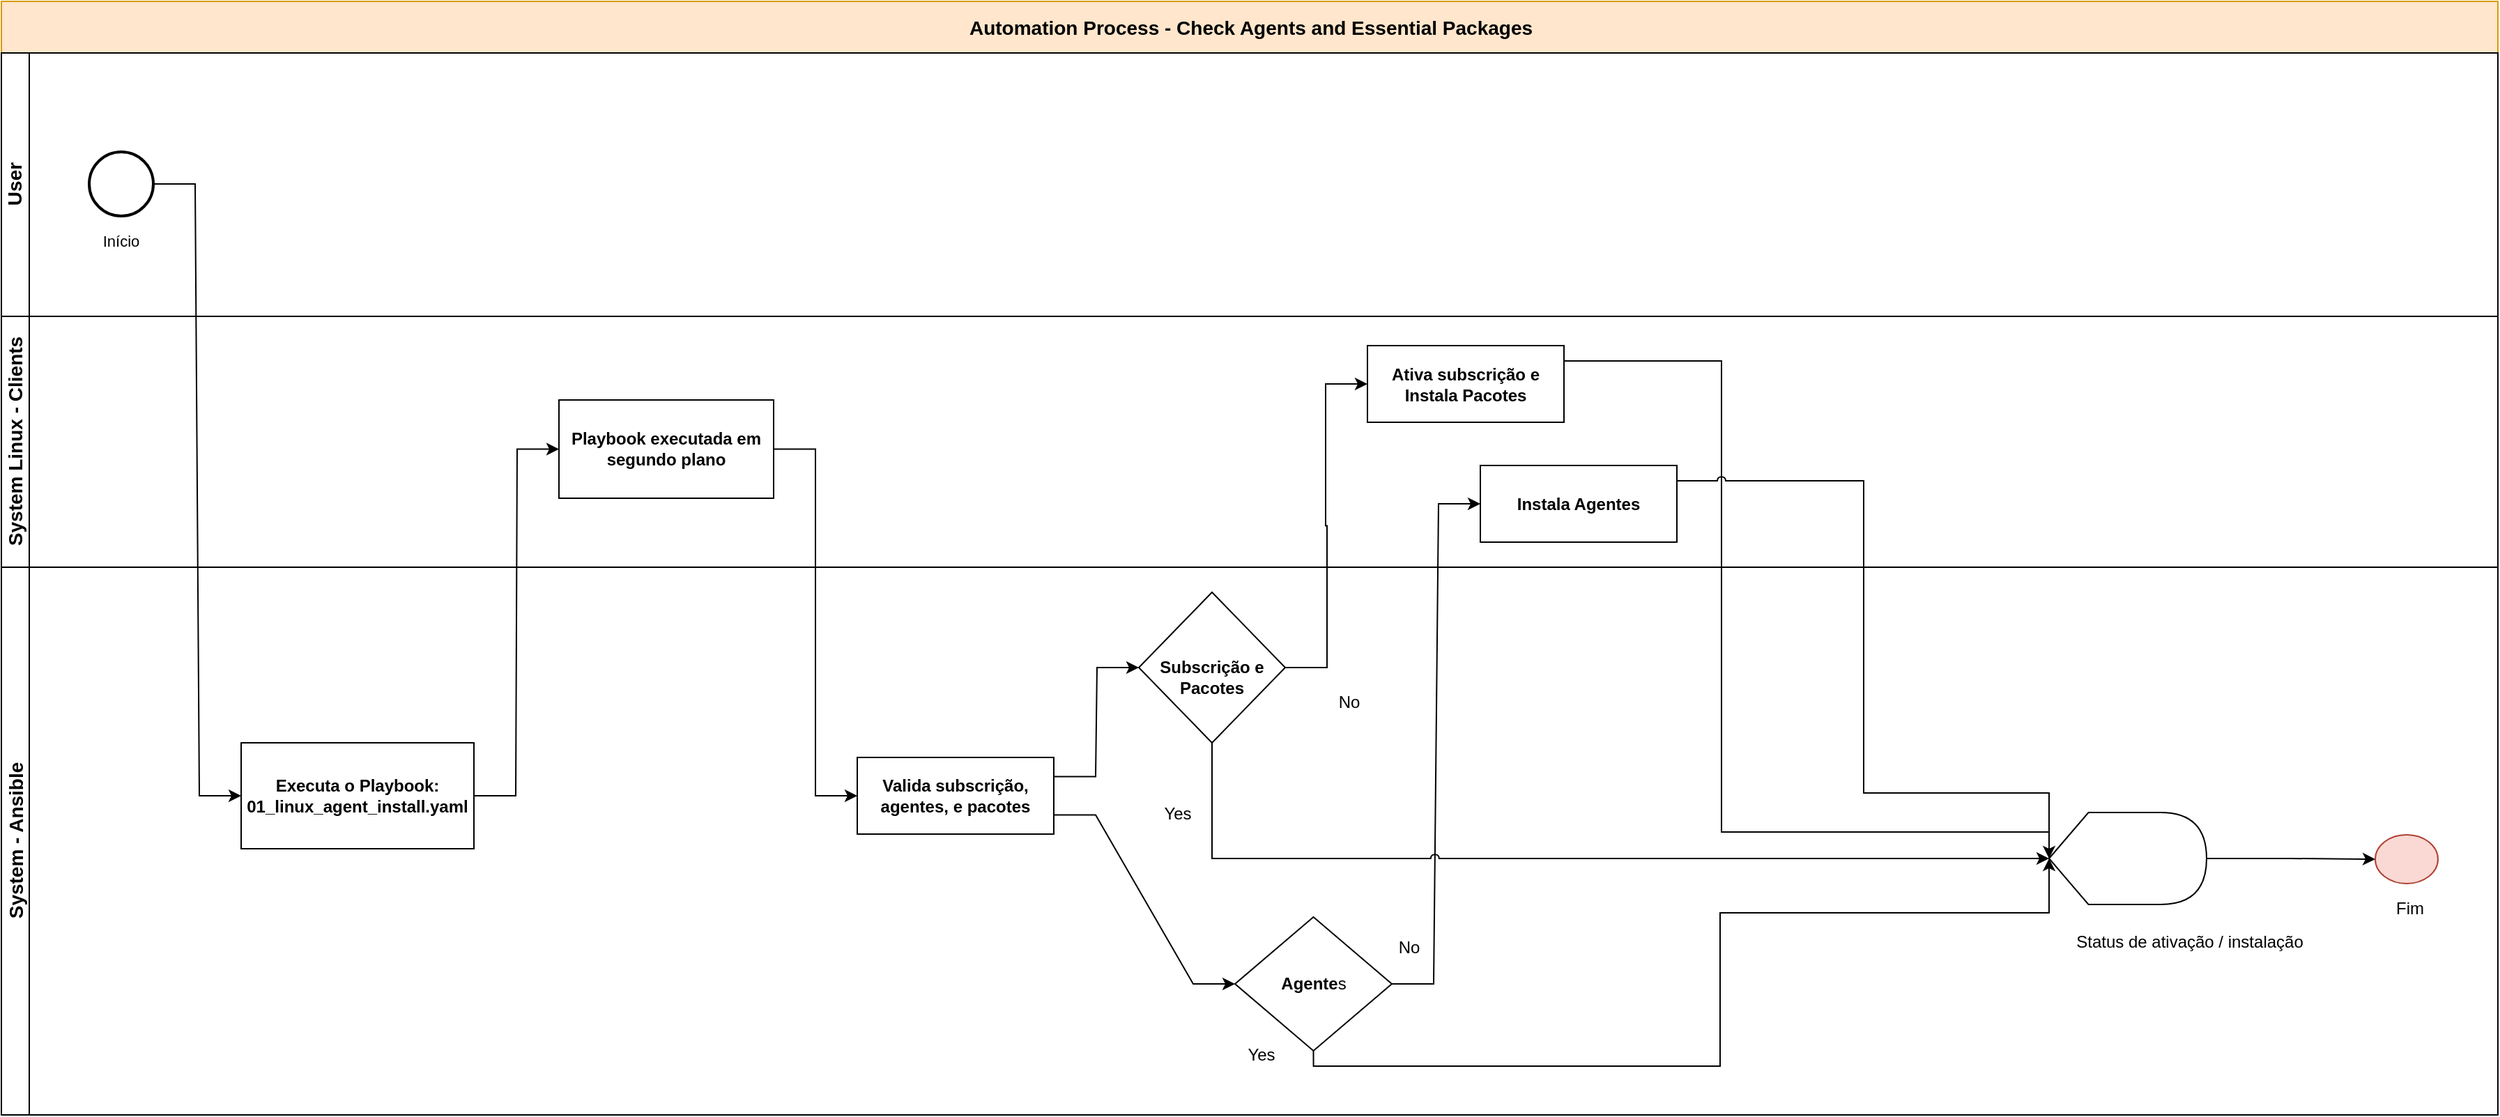
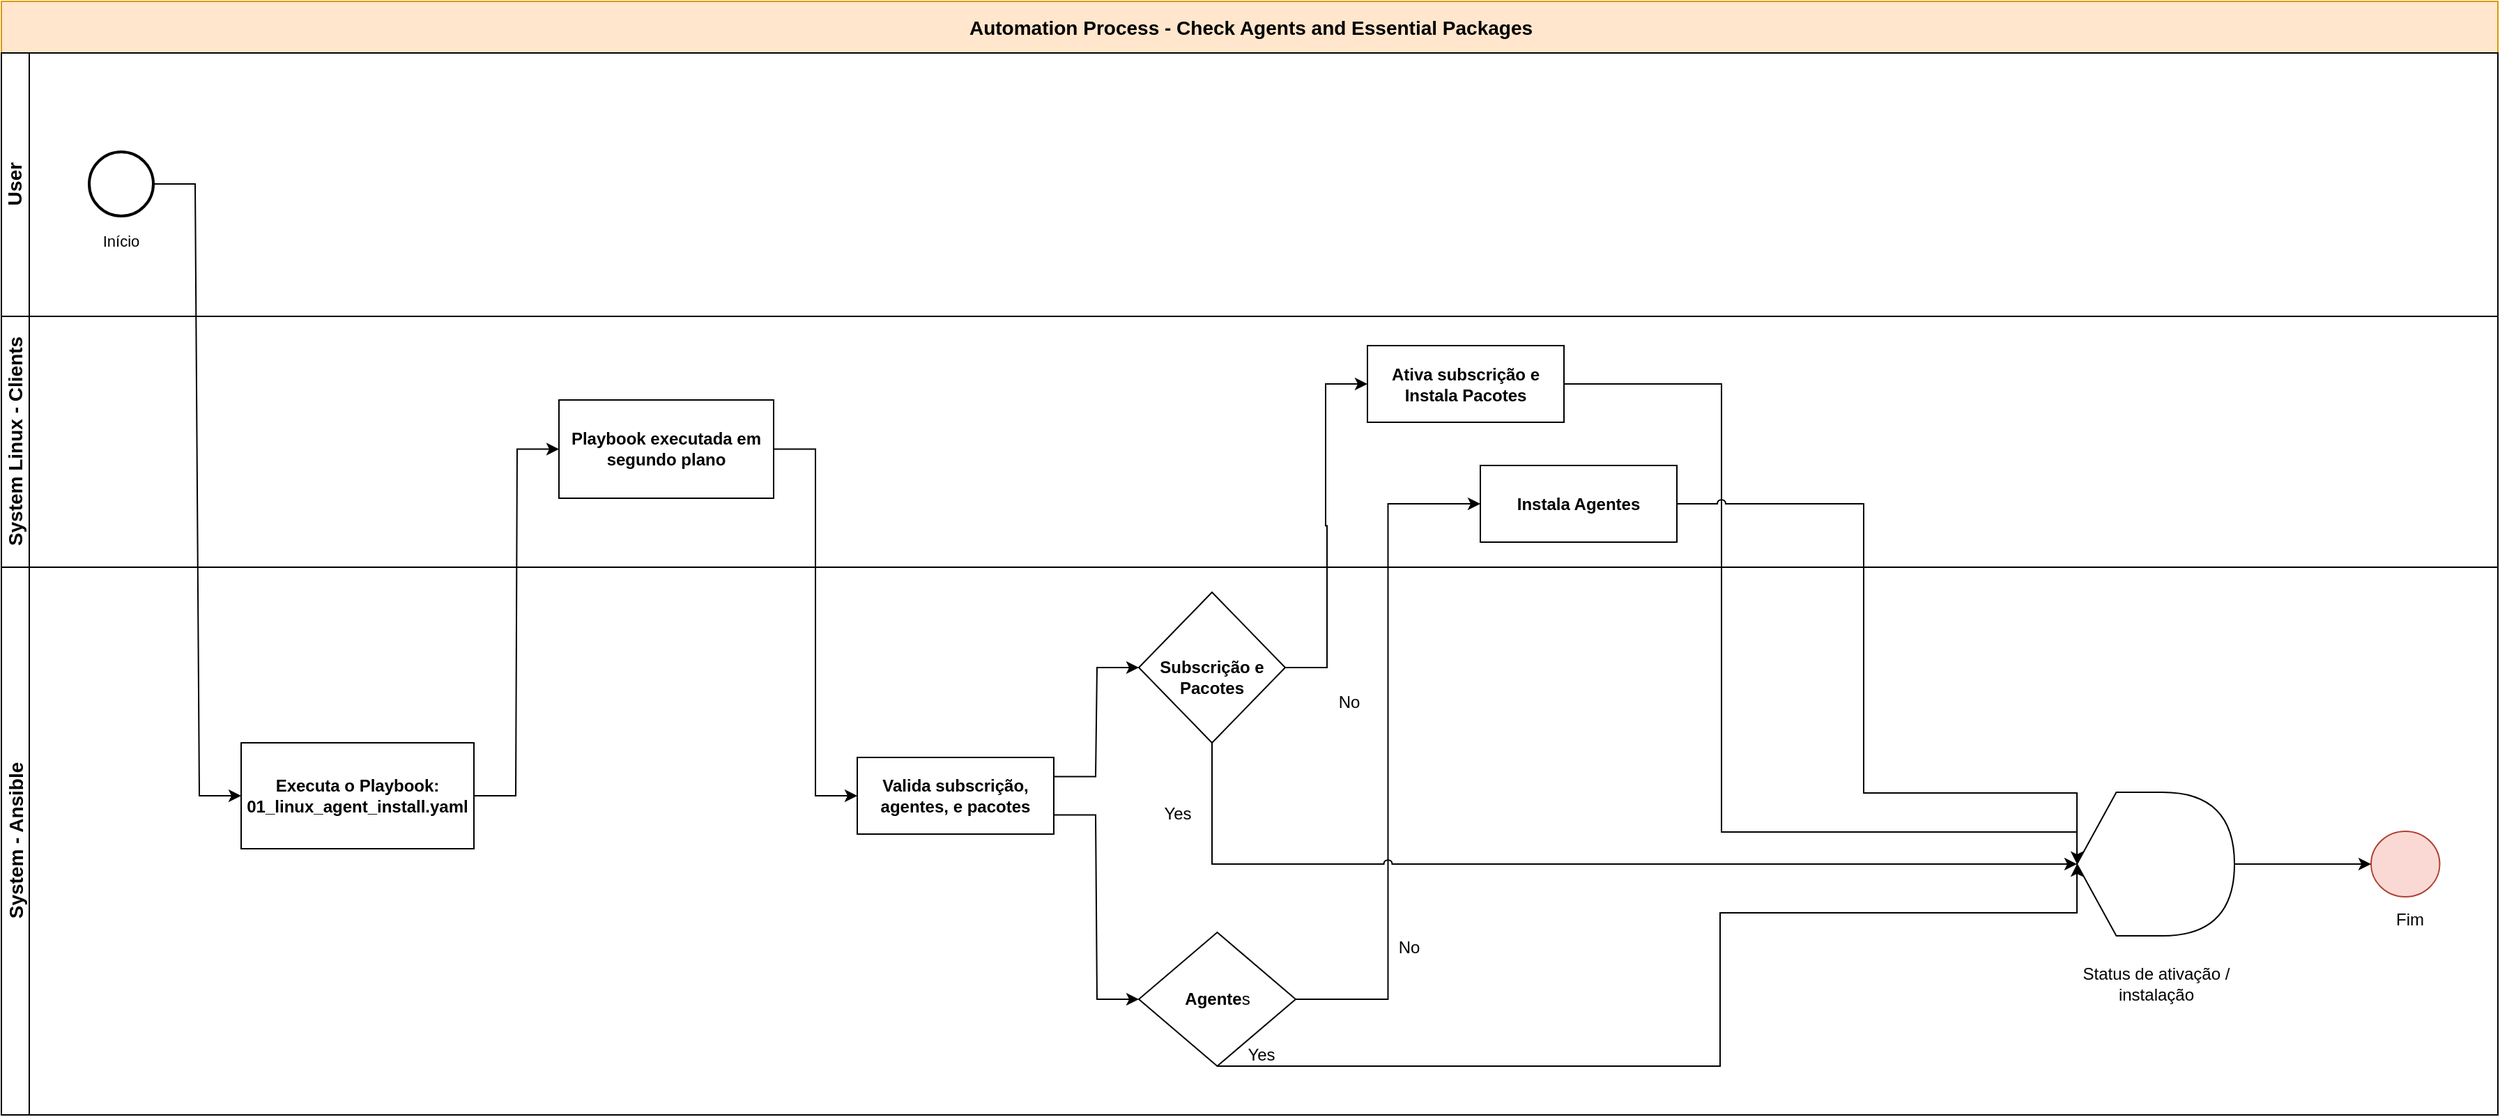
<mxfile host="app.diagrams.net">
  <diagram name="Page-1" id="64e8F4NmcQV0RyfO16XD">
    <mxGraphModel dx="2406" dy="1227" grid="0" gridSize="10" guides="1" tooltips="1" connect="1" arrows="1" fold="1" page="0" pageScale="1" pageWidth="850" pageHeight="1100" math="0" shadow="0">
      <root>
        <mxCell id="0" />
        <mxCell id="1" parent="0" />
        <mxCell id="l8U78lP06yOk8_NAmsvG-6" parent="1" style="swimlane;childLayout=stackLayout;resizeParent=1;resizeParentMax=0;horizontal=1;startSize=37;horizontalStack=0;html=1;fillColor=#ffe6cc;strokeColor=#d79b00;" value="&lt;font style=&quot;font-size: 14px;&quot;&gt;Automation Process - Check Agents and Essential Packages&lt;/font&gt;" vertex="1">
          <mxGeometry height="799" width="1791" x="-338" y="37" as="geometry" />
        </mxCell>
        <mxCell id="l8U78lP06yOk8_NAmsvG-7" parent="l8U78lP06yOk8_NAmsvG-6" style="swimlane;startSize=20;horizontal=0;html=1;" value="&lt;b&gt;&lt;font style=&quot;font-size: 14px;&quot;&gt;User&lt;/font&gt;&lt;/b&gt;" vertex="1">
          <mxGeometry height="189" width="1791" y="37" as="geometry" />
        </mxCell>
        <mxCell id="l8U78lP06yOk8_NAmsvG-2" parent="l8U78lP06yOk8_NAmsvG-7" style="strokeWidth=2;html=1;shape=mxgraph.flowchart.start_2;whiteSpace=wrap;" value="" vertex="1">
          <mxGeometry height="46" width="46" x="63" y="71" as="geometry" />
        </mxCell>
        <mxCell id="l8U78lP06yOk8_NAmsvG-11" parent="l8U78lP06yOk8_NAmsvG-7" style="text;html=1;whiteSpace=wrap;strokeColor=none;fillColor=none;align=center;verticalAlign=middle;rounded=0;" value="&lt;font style=&quot;font-size: 11px;&quot;&gt;Início&lt;/font&gt;" vertex="1">
          <mxGeometry height="30" width="60" x="56" y="120" as="geometry" />
        </mxCell>
        <mxCell id="l8U78lP06yOk8_NAmsvG-16" edge="1" parent="l8U78lP06yOk8_NAmsvG-6" source="l8U78lP06yOk8_NAmsvG-13" style="endArrow=classic;html=1;rounded=0;exitX=1;exitY=0.5;exitDx=0;exitDy=0;edgeStyle=entityRelationEdgeStyle;entryX=0;entryY=0.5;entryDx=0;entryDy=0;endFill=1;" target="l8U78lP06yOk8_NAmsvG-15" value="">
          <mxGeometry height="50" relative="1" width="50" as="geometry">
            <mxPoint x="434" y="285" as="sourcePoint" />
            <mxPoint x="435" y="455" as="targetPoint" />
          </mxGeometry>
        </mxCell>
        <mxCell id="l8U78lP06yOk8_NAmsvG-18" edge="1" parent="l8U78lP06yOk8_NAmsvG-6" source="l8U78lP06yOk8_NAmsvG-17" style="endArrow=none;html=1;rounded=0;exitX=0;exitY=0.5;exitDx=0;exitDy=0;edgeStyle=entityRelationEdgeStyle;entryX=1;entryY=0.5;entryDx=0;entryDy=0;startArrow=classic;startFill=1;" target="l8U78lP06yOk8_NAmsvG-15" value="">
          <mxGeometry height="50" relative="1" width="50" as="geometry">
            <mxPoint x="511" y="587" as="sourcePoint" />
            <mxPoint x="572" y="409" as="targetPoint" />
          </mxGeometry>
        </mxCell>
        <mxCell id="l8U78lP06yOk8_NAmsvG-8" parent="l8U78lP06yOk8_NAmsvG-6" style="swimlane;startSize=20;horizontal=0;html=1;" value="&lt;font style=&quot;font-size: 14px;&quot;&gt;System Linux - Clients&lt;/font&gt;" vertex="1">
          <mxGeometry height="180" width="1791" y="226" as="geometry" />
        </mxCell>
        <mxCell id="l8U78lP06yOk8_NAmsvG-15" parent="l8U78lP06yOk8_NAmsvG-8" style="whiteSpace=wrap;html=1;strokeWidth=1;" value="&lt;b&gt;Playbook executada em segundo plano&lt;/b&gt;" vertex="1">
          <mxGeometry height="70.5" width="154" x="400" y="60" as="geometry" />
        </mxCell>
        <mxCell id="l8U78lP06yOk8_NAmsvG-28" parent="l8U78lP06yOk8_NAmsvG-8" style="whiteSpace=wrap;html=1;strokeWidth=1;" value="&lt;b&gt;Instala Agentes&lt;br&gt;&lt;/b&gt;" vertex="1">
          <mxGeometry height="55" width="141" x="1061" y="107" as="geometry" />
        </mxCell>
        <mxCell id="l8U78lP06yOk8_NAmsvG-31" parent="l8U78lP06yOk8_NAmsvG-8" style="whiteSpace=wrap;html=1;strokeWidth=1;" value="&lt;b&gt;Ativa subscrição e Instala Pacotes&lt;br&gt;&lt;/b&gt;" vertex="1">
          <mxGeometry height="55" width="141" x="980" y="21" as="geometry" />
        </mxCell>
        <mxCell id="l8U78lP06yOk8_NAmsvG-32" edge="1" parent="l8U78lP06yOk8_NAmsvG-6" source="l8U78lP06yOk8_NAmsvG-20" style="endArrow=classic;html=1;rounded=0;edgeStyle=entityRelationEdgeStyle;entryX=0;entryY=0.5;entryDx=0;entryDy=0;endFill=1;exitX=1;exitY=0.5;exitDx=0;exitDy=0;" target="l8U78lP06yOk8_NAmsvG-31" value="">
          <mxGeometry height="50" relative="1" width="50" as="geometry">
            <mxPoint x="1016" y="583" as="sourcePoint" />
            <mxPoint x="1076" y="368" as="targetPoint" />
          </mxGeometry>
        </mxCell>
-         <mxCell id="l8U78lP06yOk8_NAmsvG-30" edge="1" parent="l8U78lP06yOk8_NAmsvG-6" source="l8U78lP06yOk8_NAmsvG-19" style="endArrow=classic;html=1;rounded=0;edgeStyle=entityRelationEdgeStyle;entryX=0;entryY=0.5;entryDx=0;entryDy=0;endFill=1;" target="l8U78lP06yOk8_NAmsvG-28" value="">
+         <mxCell id="l8U78lP06yOk8_NAmsvG-30" edge="1" parent="l8U78lP06yOk8_NAmsvG-6" source="l8U78lP06yOk8_NAmsvG-19" style="endArrow=classic;html=1;rounded=0;edgeStyle=orthogonalEdgeStyle;entryX=0;entryY=0.5;entryDx=0;entryDy=0;endFill=1;" target="l8U78lP06yOk8_NAmsvG-28" value="">
          <mxGeometry height="50" relative="1" width="50" as="geometry">
            <mxPoint x="880" y="358" as="sourcePoint" />
            <mxPoint x="999" y="287" as="targetPoint" />
          </mxGeometry>
        </mxCell>
        <mxCell id="l8U78lP06yOk8_NAmsvG-14" edge="1" parent="l8U78lP06yOk8_NAmsvG-6" source="l8U78lP06yOk8_NAmsvG-2" style="rounded=0;orthogonalLoop=1;jettySize=auto;html=1;edgeStyle=entityRelationEdgeStyle;" target="l8U78lP06yOk8_NAmsvG-13" value="">
          <mxGeometry relative="1" as="geometry" />
        </mxCell>
        <mxCell id="l8U78lP06yOk8_NAmsvG-9" parent="l8U78lP06yOk8_NAmsvG-6" style="swimlane;startSize=20;horizontal=0;html=1;" value="&lt;font style=&quot;font-size: 14px;&quot;&gt;System - Ansible&lt;/font&gt;" vertex="1">
          <mxGeometry height="393" width="1791" y="406" as="geometry" />
        </mxCell>
        <mxCell id="l8U78lP06yOk8_NAmsvG-13" parent="l8U78lP06yOk8_NAmsvG-9" style="whiteSpace=wrap;html=1;strokeWidth=1;" value="&lt;b&gt;Executa o Playbook: 01_linux_agent_install.yaml&lt;/b&gt;" vertex="1">
          <mxGeometry height="76" width="167" x="172" y="126" as="geometry" />
        </mxCell>
        <mxCell id="l8U78lP06yOk8_NAmsvG-17" parent="l8U78lP06yOk8_NAmsvG-9" style="whiteSpace=wrap;html=1;strokeWidth=1;" value="&lt;b&gt;Valida subscrição, agentes, e pacotes&lt;br&gt;&lt;/b&gt;" vertex="1">
          <mxGeometry height="55" width="141" x="614" y="136.5" as="geometry" />
        </mxCell>
        <mxCell id="l8U78lP06yOk8_NAmsvG-20" parent="l8U78lP06yOk8_NAmsvG-9" style="rhombus;whiteSpace=wrap;html=1;" value="&lt;div&gt;&lt;b&gt;&lt;br&gt;&lt;/b&gt;&lt;/div&gt;&lt;div&gt;&lt;b&gt;Subscrição e Pacotes&lt;/b&gt;&lt;/div&gt;" vertex="1">
          <mxGeometry height="108" width="105" x="816" y="18" as="geometry" />
        </mxCell>
        <mxCell id="l8U78lP06yOk8_NAmsvG-23" edge="1" parent="l8U78lP06yOk8_NAmsvG-9" source="l8U78lP06yOk8_NAmsvG-17" style="endArrow=classic;html=1;rounded=0;exitX=1;exitY=0.25;exitDx=0;exitDy=0;edgeStyle=entityRelationEdgeStyle;entryX=0;entryY=0.5;entryDx=0;entryDy=0;endFill=1;" target="l8U78lP06yOk8_NAmsvG-20" value="">
          <mxGeometry height="50" relative="1" width="50" as="geometry">
            <mxPoint x="841" y="203" as="sourcePoint" />
            <mxPoint x="960" y="132" as="targetPoint" />
          </mxGeometry>
        </mxCell>
        <mxCell id="l8U78lP06yOk8_NAmsvG-24" parent="l8U78lP06yOk8_NAmsvG-9" style="text;html=1;whiteSpace=wrap;strokeColor=none;fillColor=none;align=center;verticalAlign=middle;rounded=0;" value="Yes" vertex="1">
          <mxGeometry height="30" width="60" x="814" y="161.5" as="geometry" />
        </mxCell>
        <mxCell id="l8U78lP06yOk8_NAmsvG-25" parent="l8U78lP06yOk8_NAmsvG-9" style="text;html=1;whiteSpace=wrap;strokeColor=none;fillColor=none;align=center;verticalAlign=middle;rounded=0;" value="Yes" vertex="1">
          <mxGeometry height="30" width="60" x="874" y="335" as="geometry" />
        </mxCell>
        <mxCell id="l8U78lP06yOk8_NAmsvG-26" parent="l8U78lP06yOk8_NAmsvG-9" style="text;html=1;whiteSpace=wrap;strokeColor=none;fillColor=none;align=center;verticalAlign=middle;rounded=0;" value="No" vertex="1">
          <mxGeometry height="30" width="60" x="937" y="82" as="geometry" />
        </mxCell>
        <mxCell id="l8U78lP06yOk8_NAmsvG-27" parent="l8U78lP06yOk8_NAmsvG-9" style="text;html=1;whiteSpace=wrap;strokeColor=none;fillColor=none;align=center;verticalAlign=middle;rounded=0;" value="No" vertex="1">
          <mxGeometry height="30" width="60" x="980" y="258" as="geometry" />
        </mxCell>
        <mxCell id="l8U78lP06yOk8_NAmsvG-19" parent="l8U78lP06yOk8_NAmsvG-9" style="rhombus;whiteSpace=wrap;html=1;" value="&lt;b&gt;Agente&lt;/b&gt;s" vertex="1">
-           <mxGeometry height="96" width="112.5" x="885" y="251" as="geometry" />
+           <mxGeometry height="96" width="112.5" x="816" y="262" as="geometry" />
        </mxCell>
        <mxCell id="l8U78lP06yOk8_NAmsvG-22" edge="1" parent="l8U78lP06yOk8_NAmsvG-9" source="l8U78lP06yOk8_NAmsvG-17" style="endArrow=classic;html=1;rounded=0;exitX=1;exitY=0.75;exitDx=0;exitDy=0;edgeStyle=entityRelationEdgeStyle;entryX=0;entryY=0.5;entryDx=0;entryDy=0;endFill=1;" target="l8U78lP06yOk8_NAmsvG-19" value="">
          <mxGeometry height="50" relative="1" width="50" as="geometry">
            <mxPoint x="433" y="333" as="sourcePoint" />
            <mxPoint x="493" y="72" as="targetPoint" />
          </mxGeometry>
        </mxCell>
        <mxCell id="l8U78lP06yOk8_NAmsvG-43" parent="l8U78lP06yOk8_NAmsvG-9" style="text;html=1;whiteSpace=wrap;strokeColor=none;fillColor=none;align=center;verticalAlign=middle;rounded=0;" value="Status de ativação / instalação" vertex="1">
-           <mxGeometry height="30" width="174" x="1483" y="254" as="geometry" />
+           <mxGeometry height="30" width="130" x="1480.5" y="284" as="geometry" />
        </mxCell>
        <mxCell id="l8U78lP06yOk8_NAmsvG-54" parent="l8U78lP06yOk8_NAmsvG-9" style="ellipse;whiteSpace=wrap;html=1;fillColor=#fad9d5;strokeColor=#ae4132;" value="" vertex="1">
-           <mxGeometry height="35" width="45" x="1703" y="192" as="geometry" />
+           <mxGeometry height="47" width="49.25" x="1700" y="189.5" as="geometry" />
        </mxCell>
        <mxCell id="l8U78lP06yOk8_NAmsvG-56" parent="l8U78lP06yOk8_NAmsvG-9" style="text;html=1;whiteSpace=wrap;strokeColor=none;fillColor=none;align=center;verticalAlign=middle;rounded=0;" value="Fim" vertex="1">
-           <mxGeometry height="30" width="94" x="1681.25" y="230" as="geometry" />
+           <mxGeometry height="30" width="94" x="1681.25" y="238" as="geometry" />
        </mxCell>
        <mxCell id="l8U78lP06yOk8_NAmsvG-57" edge="1" parent="l8U78lP06yOk8_NAmsvG-9" source="l8U78lP06yOk8_NAmsvG-56" style="edgeStyle=orthogonalEdgeStyle;rounded=0;orthogonalLoop=1;jettySize=auto;html=1;exitX=0.5;exitY=1;exitDx=0;exitDy=0;" target="l8U78lP06yOk8_NAmsvG-56">
          <mxGeometry relative="1" as="geometry" />
        </mxCell>
-         <mxCell id="l8U78lP06yOk8_NAmsvG-55" edge="1" parent="1" source="l8U78lP06yOk8_NAmsvG-42" style="edgeStyle=orthogonalEdgeStyle;rounded=0;orthogonalLoop=1;jettySize=auto;html=1;" target="l8U78lP06yOk8_NAmsvG-54" value="">
+         <mxCell id="l8U78lP06yOk8_NAmsvG-42" parent="l8U78lP06yOk8_NAmsvG-9" style="shape=display;whiteSpace=wrap;html=1;" value="" vertex="1">
+           <mxGeometry height="103" width="113" x="1489" y="161.5" as="geometry" />
+         </mxCell>
+         <mxCell id="l8U78lP06yOk8_NAmsvG-47" edge="1" parent="l8U78lP06yOk8_NAmsvG-9" source="l8U78lP06yOk8_NAmsvG-42" style="endArrow=none;html=1;rounded=0;edgeStyle=orthogonalEdgeStyle;entryX=0.5;entryY=1;entryDx=0;entryDy=0;endFill=0;exitX=0;exitY=0.5;exitDx=0;exitDy=0;exitPerimeter=0;jumpStyle=arc;startArrow=classic;startFill=1;" target="l8U78lP06yOk8_NAmsvG-20" value="">
+           <mxGeometry height="50" relative="1" width="50" as="geometry">
+             <mxPoint x="1583" y="501.5" as="sourcePoint" />
+             <mxPoint x="1235" y="144.5" as="targetPoint" />
+           </mxGeometry>
+         </mxCell>
+         <mxCell id="l8U78lP06yOk8_NAmsvG-48" edge="1" parent="l8U78lP06yOk8_NAmsvG-9" source="l8U78lP06yOk8_NAmsvG-42" style="endArrow=none;html=1;rounded=0;edgeStyle=orthogonalEdgeStyle;entryX=0.5;entryY=1;entryDx=0;entryDy=0;endFill=0;exitX=0;exitY=0.5;exitDx=0;exitDy=0;exitPerimeter=0;jumpStyle=arc;startArrow=classic;startFill=1;" target="l8U78lP06yOk8_NAmsvG-19" value="">
+           <mxGeometry height="50" relative="1" width="50" as="geometry">
+             <Array as="points">
+               <mxPoint x="1469" y="248" />
+               <mxPoint x="1233" y="248" />
+               <mxPoint x="1233" y="358" />
+               <mxPoint x="941" y="358" />
+             </Array>
+             <mxPoint x="1895" y="292" as="sourcePoint" />
+             <mxPoint x="1292" y="230" as="targetPoint" />
+           </mxGeometry>
+         </mxCell>
+         <mxCell id="l8U78lP06yOk8_NAmsvG-55" edge="1" parent="l8U78lP06yOk8_NAmsvG-9" source="l8U78lP06yOk8_NAmsvG-42" style="edgeStyle=orthogonalEdgeStyle;rounded=0;orthogonalLoop=1;jettySize=auto;html=1;" target="l8U78lP06yOk8_NAmsvG-54" value="">
          <mxGeometry relative="1" as="geometry" />
        </mxCell>
-         <mxCell id="l8U78lP06yOk8_NAmsvG-42" parent="1" style="shape=display;whiteSpace=wrap;html=1;" value="" vertex="1">
-           <mxGeometry height="66" width="113" x="1131" y="619" as="geometry" />
-         </mxCell>
-         <mxCell id="l8U78lP06yOk8_NAmsvG-44" edge="1" parent="1" source="l8U78lP06yOk8_NAmsvG-42" style="endArrow=none;html=1;rounded=0;edgeStyle=orthogonalEdgeStyle;entryX=1;entryY=0.5;entryDx=0;entryDy=0;endFill=0;exitX=0;exitY=0.5;exitDx=0;exitDy=0;exitPerimeter=0;" target="l8U78lP06yOk8_NAmsvG-31" value="">
+         <mxCell id="l8U78lP06yOk8_NAmsvG-44" edge="1" parent="l8U78lP06yOk8_NAmsvG-6" source="l8U78lP06yOk8_NAmsvG-42" style="endArrow=none;html=1;rounded=0;edgeStyle=orthogonalEdgeStyle;entryX=1;entryY=0.5;entryDx=0;entryDy=0;endFill=0;exitX=0;exitY=0.5;exitDx=0;exitDy=0;exitPerimeter=0;" target="l8U78lP06yOk8_NAmsvG-31" value="">
          <mxGeometry height="50" relative="1" width="50" as="geometry">
            <Array as="points">
-               <mxPoint x="1131" y="633" />
-               <mxPoint x="896" y="633" />
-               <mxPoint x="896" y="295" />
+               <mxPoint x="1469" y="596" />
+               <mxPoint x="1234" y="596" />
+               <mxPoint x="1234" y="258" />
            </Array>
-             <mxPoint x="930" y="659" as="sourcePoint" />
-             <mxPoint x="990" y="307" as="targetPoint" />
+             <mxPoint x="1268" y="622" as="sourcePoint" />
+             <mxPoint x="1328" y="270" as="targetPoint" />
          </mxGeometry>
        </mxCell>
-         <mxCell id="l8U78lP06yOk8_NAmsvG-45" edge="1" parent="1" source="l8U78lP06yOk8_NAmsvG-42" style="endArrow=none;html=1;rounded=0;entryX=1;entryY=0.5;entryDx=0;entryDy=0;endFill=0;exitX=0;exitY=0.5;exitDx=0;exitDy=0;exitPerimeter=0;edgeStyle=orthogonalEdgeStyle;startArrow=classic;startFill=1;jumpStyle=arc;" target="l8U78lP06yOk8_NAmsvG-28" value="">
+         <mxCell id="l8U78lP06yOk8_NAmsvG-45" edge="1" parent="l8U78lP06yOk8_NAmsvG-6" source="l8U78lP06yOk8_NAmsvG-42" style="endArrow=none;html=1;rounded=0;entryX=1;entryY=0.5;entryDx=0;entryDy=0;endFill=0;exitX=0;exitY=0.5;exitDx=0;exitDy=0;exitPerimeter=0;edgeStyle=orthogonalEdgeStyle;startArrow=classic;startFill=1;jumpStyle=arc;" target="l8U78lP06yOk8_NAmsvG-28" value="">
          <mxGeometry height="50" relative="1" width="50" as="geometry">
            <Array as="points">
-               <mxPoint x="1131" y="605" />
-               <mxPoint x="998" y="605" />
-               <mxPoint x="998" y="381" />
+               <mxPoint x="1469" y="568" />
+               <mxPoint x="1336" y="568" />
+               <mxPoint x="1336" y="344" />
            </Array>
-             <mxPoint x="1006" y="661" as="sourcePoint" />
-             <mxPoint x="850" y="312" as="targetPoint" />
-           </mxGeometry>
-         </mxCell>
-         <mxCell id="l8U78lP06yOk8_NAmsvG-47" edge="1" parent="1" source="l8U78lP06yOk8_NAmsvG-42" style="endArrow=none;html=1;rounded=0;edgeStyle=orthogonalEdgeStyle;entryX=0.5;entryY=1;entryDx=0;entryDy=0;endFill=0;exitX=0;exitY=0.5;exitDx=0;exitDy=0;exitPerimeter=0;jumpStyle=arc;startArrow=classic;startFill=1;" target="l8U78lP06yOk8_NAmsvG-20" value="">
-           <mxGeometry height="50" relative="1" width="50" as="geometry">
-             <mxPoint x="1245" y="944.5" as="sourcePoint" />
-             <mxPoint x="897" y="587.5" as="targetPoint" />
-           </mxGeometry>
-         </mxCell>
-         <mxCell id="l8U78lP06yOk8_NAmsvG-48" edge="1" parent="1" source="l8U78lP06yOk8_NAmsvG-42" style="endArrow=none;html=1;rounded=0;edgeStyle=orthogonalEdgeStyle;entryX=0.5;entryY=1;entryDx=0;entryDy=0;endFill=0;exitX=0;exitY=0.5;exitDx=0;exitDy=0;exitPerimeter=0;jumpStyle=arc;startArrow=classic;startFill=1;" target="l8U78lP06yOk8_NAmsvG-19" value="">
-           <mxGeometry height="50" relative="1" width="50" as="geometry">
-             <Array as="points">
-               <mxPoint x="1131" y="691" />
-               <mxPoint x="895" y="691" />
-               <mxPoint x="895" y="801" />
-               <mxPoint x="603" y="801" />
-             </Array>
-             <mxPoint x="1557" y="735" as="sourcePoint" />
-             <mxPoint x="954" y="673" as="targetPoint" />
+             <mxPoint x="1344" y="624" as="sourcePoint" />
+             <mxPoint x="1188" y="275" as="targetPoint" />
          </mxGeometry>
        </mxCell>
      </root>
    </mxGraphModel>
  </diagram>
</mxfile>
